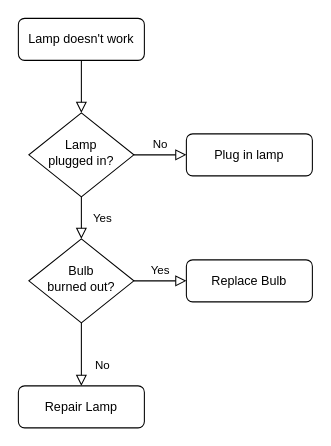
Above: Untitled Diagram.drawio in leeing/myconf (draw.io), before the change. Source tidied: cells renumbered, new cells numbered last; positions are measured from the earlier drawing's top-left corner, leaving out a move shared by most shapes. Both pictures are drawn from the tidied source at 105%, with x=0, y=0 at pixel (18, 18).
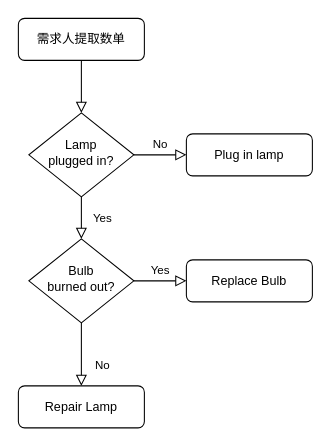
The same diagram, later.

The edit, as a diff of the source:
```diff
@@
 <mxGraphModel>
   <root>
     <mxCell id="0" />
     <mxCell id="1" parent="0" />
     <mxCell id="2" style="rounded=0;html=1;jettySize=auto;fontSize=11;endArrow=block;endFill=0;endSize=8;strokeWidth=1;shadow=0;labelBackgroundColor=none;edgeStyle=orthogonalEdgeStyle;" parent="1" edge="1" source="3" target="6">
       <mxGeometry relative="1" as="geometry" />
     </mxCell>
-    <mxCell id="3" value="Lamp doesn't work" style="rounded=1;whiteSpace=wrap;html=1;fontSize=12;glass=0;strokeWidth=1;shadow=0;" parent="1" vertex="1">
+    <mxCell id="3" value="需求人提取数单" style="rounded=1;whiteSpace=wrap;html=1;fontSize=12;glass=0;strokeWidth=1;shadow=0;" parent="1" vertex="1">
       <mxGeometry width="120" height="40" as="geometry" />
     </mxCell>
     <mxCell id="4" value="Yes" style="rounded=0;html=1;jettySize=auto;fontSize=11;endArrow=block;endFill=0;endSize=8;strokeWidth=1;shadow=0;labelBackgroundColor=none;edgeStyle=orthogonalEdgeStyle;" parent="1" edge="1" source="6" target="10">
       <mxGeometry y="20" relative="1" as="geometry" />
     </mxCell>
     <mxCell id="5" value="No" style="edgeStyle=orthogonalEdgeStyle;rounded=0;html=1;jettySize=auto;fontSize=11;endArrow=block;endFill=0;endSize=8;strokeWidth=1;shadow=0;labelBackgroundColor=none;" parent="1" edge="1" source="6" target="7">
       <mxGeometry y="10" relative="1" as="geometry" />
     </mxCell>
     <mxCell id="6" value="Lamp&lt;br&gt;plugged in?" style="rhombus;whiteSpace=wrap;html=1;shadow=0;fontFamily=Helvetica;fontSize=12;align=center;strokeWidth=1;spacing=6;spacingTop=-4;" parent="1" vertex="1">
       <mxGeometry x="10" y="90" width="100" height="80" as="geometry" />
     </mxCell>
     <mxCell id="7" value="Plug in lamp" style="rounded=1;whiteSpace=wrap;html=1;fontSize=12;glass=0;strokeWidth=1;shadow=0;" parent="1" vertex="1">
       <mxGeometry x="160" y="110" width="120" height="40" as="geometry" />
     </mxCell>
     <mxCell id="8" value="No" style="rounded=0;html=1;jettySize=auto;fontSize=11;endArrow=block;endFill=0;endSize=8;strokeWidth=1;shadow=0;labelBackgroundColor=none;edgeStyle=orthogonalEdgeStyle;" parent="1" edge="1" source="10" target="11">
       <mxGeometry x="0.33" y="20" relative="1" as="geometry" />
     </mxCell>
     <mxCell id="9" value="Yes" style="edgeStyle=orthogonalEdgeStyle;rounded=0;html=1;jettySize=auto;fontSize=11;endArrow=block;endFill=0;endSize=8;strokeWidth=1;shadow=0;labelBackgroundColor=none;" parent="1" edge="1" source="10" target="12">
       <mxGeometry y="10" relative="1" as="geometry" />
     </mxCell>
     <mxCell id="10" value="Bulb&lt;br&gt;burned out?" style="rhombus;whiteSpace=wrap;html=1;shadow=0;fontFamily=Helvetica;fontSize=12;align=center;strokeWidth=1;spacing=6;spacingTop=-4;" parent="1" vertex="1">
       <mxGeometry x="10" y="210" width="100" height="80" as="geometry" />
     </mxCell>
     <mxCell id="11" value="Repair Lamp" style="rounded=1;whiteSpace=wrap;html=1;fontSize=12;glass=0;strokeWidth=1;shadow=0;" parent="1" vertex="1">
       <mxGeometry y="350" width="120" height="40" as="geometry" />
     </mxCell>
     <mxCell id="12" value="Replace Bulb" style="rounded=1;whiteSpace=wrap;html=1;fontSize=12;glass=0;strokeWidth=1;shadow=0;" parent="1" vertex="1">
       <mxGeometry x="160" y="230" width="120" height="40" as="geometry" />
     </mxCell>
   </root>
 </mxGraphModel>
```
